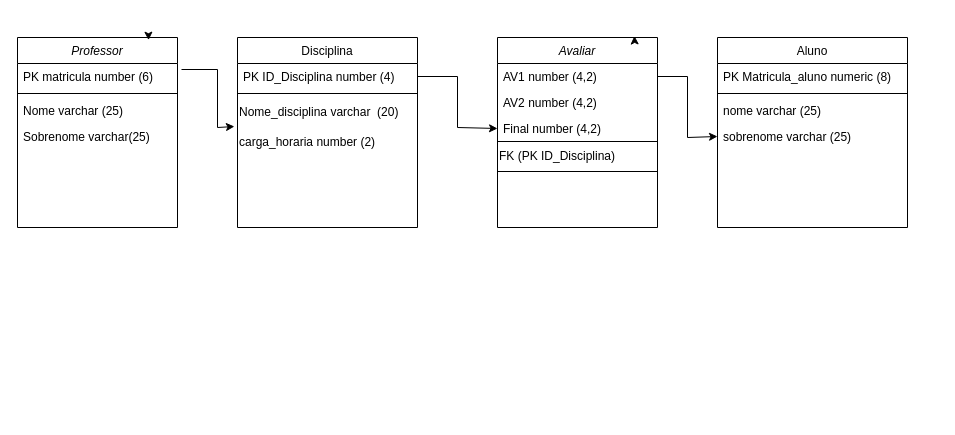
The draw.io diagram Diagrama sem nome.drawio in R4dars/AttDeDatabase, before the edit. Source tidied: cells renumbered, new cells numbered last; positions are measured from the earlier drawing's top-left corner, leaving out a move shared by most shapes. Both pictures are drawn from the tidied source at 100%, with x=0, y=0 at pixel (17, 37).
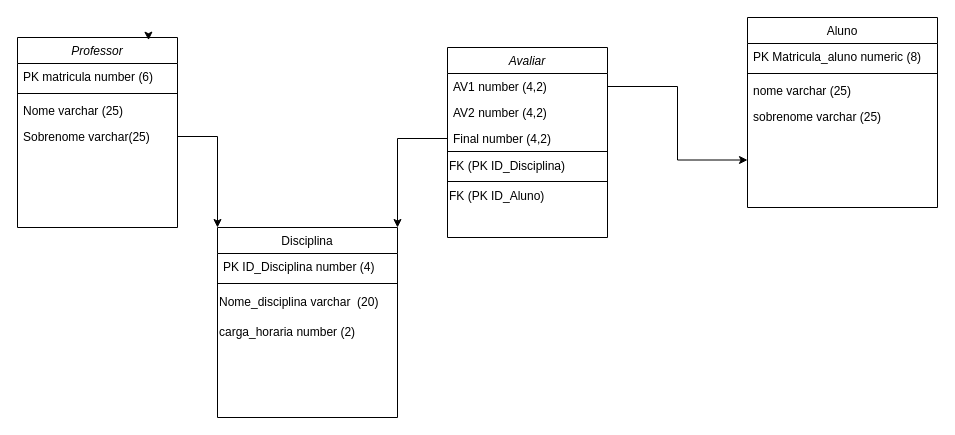
The same page after the edit.

The change refers to these unchanged cells:
```xml
<mxCell id="3" value="PK matricula number (6)" style="text;align=left;verticalAlign=top;spacingLeft=4;spacingRight=4;overflow=hidden;points=[[0,0.5],[1,0.5]];portConstraint=eastwest;" parent="2" vertex="1">
  <mxGeometry y="26" width="160" height="26" as="geometry" />
</mxCell>
<mxCell id="6" value="Sobrenome varchar(25)" style="text;align=left;verticalAlign=top;spacingLeft=4;spacingRight=4;overflow=hidden;points=[[0,0.5],[1,0.5]];portConstraint=eastwest;rounded=0;shadow=0;html=0;" parent="2" vertex="1">
  <mxGeometry y="86" width="160" height="26" as="geometry" />
</mxCell>
<mxCell id="11" value="sobrenome varchar (25)" style="text;align=left;verticalAlign=top;spacingLeft=4;spacingRight=4;overflow=hidden;points=[[0,0.5],[1,0.5]];portConstraint=eastwest;" parent="7" vertex="1">
  <mxGeometry y="86" width="190" height="26" as="geometry" />
</mxCell>
<mxCell id="13" value="PK ID_Disciplina number (4)" style="text;align=left;verticalAlign=top;spacingLeft=4;spacingRight=4;overflow=hidden;points=[[0,0.5],[1,0.5]];portConstraint=eastwest;" parent="12" vertex="1">
  <mxGeometry y="26" width="180" height="26" as="geometry" />
</mxCell>
<mxCell id="15" value="Nome_disciplina varchar&amp;nbsp; (20)" style="text;html=1;align=left;verticalAlign=middle;points=[];strokeColor=none;fillColor=none;" parent="12" vertex="1">
  <mxGeometry y="60" width="180" height="30" as="geometry" />
</mxCell>
<mxCell id="19" value="AV1 number (4,2)" style="text;align=left;verticalAlign=top;spacingLeft=4;spacingRight=4;overflow=hidden;points=[[0,0.5],[1,0.5]];portConstraint=eastwest;" parent="18" vertex="1">
  <mxGeometry y="26" width="160" height="26" as="geometry" />
</mxCell>
<mxCell id="21" value="Final number (4,2)" style="text;align=left;verticalAlign=top;spacingLeft=4;spacingRight=4;overflow=hidden;points=[[0,0.5],[1,0.5]];portConstraint=eastwest;rounded=0;shadow=0;html=0;" parent="18" vertex="1">
  <mxGeometry y="78" width="160" height="26" as="geometry" />
</mxCell>
```

What changed in the source:
```diff
@@
     <mxCell id="7" value="Aluno" style="swimlane;fontStyle=0;align=center;verticalAlign=top;horizontal=1;startSize=26;rounded=0;shadow=0;strokeWidth=1;" parent="1" vertex="1">
-      <mxGeometry x="700" width="190" height="190" as="geometry" />
+      <mxGeometry x="730" y="-20" width="190" height="190" as="geometry" />
     </mxCell>
@@
     <mxCell id="12" value="Disciplina" style="swimlane;fontStyle=0;align=center;verticalAlign=top;horizontal=1;startSize=26;rounded=0;shadow=0;strokeWidth=1;" parent="1" vertex="1">
-      <mxGeometry x="220" width="180" height="190" as="geometry" />
+      <mxGeometry x="200" y="190" width="180" height="190" as="geometry" />
     </mxCell>
@@
     <mxCell id="18" value="Avaliar" style="swimlane;fontStyle=2;align=center;verticalAlign=top;horizontal=1;startSize=26;rounded=0;shadow=0;strokeWidth=1;" parent="1" vertex="1">
-      <mxGeometry x="480" width="160" height="190" as="geometry" />
+      <mxGeometry x="430" y="10" width="160" height="190" as="geometry" />
     </mxCell>
@@
-    <mxCell id="23" style="endArrow=classic;html=1;rounded=0;exitX=1.025;exitY=0.231;exitDx=0;exitDy=0;exitPerimeter=0;entryX=-0.017;entryY=0.967;entryDx=0;entryDy=0;entryPerimeter=0;" parent="1" edge="1" source="3" target="15">
-      <mxGeometry relative="1" as="geometry">
-        <Array as="points">
-          <mxPoint x="200" y="32" />
-          <mxPoint x="200" y="90" />
-        </Array>
-      </mxGeometry>
-    </mxCell>
-    <mxCell id="24" style="edgeStyle=orthogonalEdgeStyle;rounded=0;orthogonalLoop=1;jettySize=auto;html=1;exitX=0.75;exitY=0;exitDx=0;exitDy=0;entryX=0.856;entryY=-0.008;entryDx=0;entryDy=0;entryPerimeter=0;" parent="1" edge="1" source="18" target="18">
-      <mxGeometry relative="1" as="geometry" />
-    </mxCell>
-    <mxCell id="25" style="endArrow=classic;html=1;rounded=0;exitX=1;exitY=0.5;exitDx=0;exitDy=0;entryX=0;entryY=0.5;entryDx=0;entryDy=0;" parent="1" edge="1" source="19" target="11">
-      <mxGeometry relative="1" as="geometry">
-        <Array as="points">
-          <mxPoint x="670" y="39" />
-          <mxPoint x="670" y="100" />
-        </Array>
-      </mxGeometry>
-    </mxCell>
-    <mxCell id="26" style="endArrow=classic;html=1;rounded=0;exitX=1;exitY=0.5;exitDx=0;exitDy=0;entryX=0;entryY=0.5;entryDx=0;entryDy=0;" parent="1" edge="1" source="13" target="21">
-      <mxGeometry relative="1" as="geometry">
-        <Array as="points">
-          <mxPoint x="440" y="39" />
-          <mxPoint x="440" y="90" />
-        </Array>
-      </mxGeometry>
-    </mxCell>
+    <mxCell id="27" value="FK (PK ID_Aluno)" style="text;html=1;align=left;verticalAlign=middle;strokeColor=none;fillColor=none;" parent="18" vertex="1">
+      <mxGeometry y="134" width="160" height="30" as="geometry" />
+    </mxCell>
+    <mxCell id="28" style="edgeStyle=orthogonalEdgeStyle;rounded=0;jettySize=auto;html=1;exitX=1;exitY=0.5;exitDx=0;exitDy=0;entryX=0;entryY=0.75;entryDx=0;entryDy=0;" parent="1" edge="1" source="19" target="7">
+      <mxGeometry relative="1" as="geometry" />
+    </mxCell>
+    <mxCell id="29" style="edgeStyle=orthogonalEdgeStyle;rounded=0;jettySize=auto;html=1;exitX=0;exitY=0.5;exitDx=0;exitDy=0;entryX=1;entryY=0;entryDx=0;entryDy=0;" parent="1" edge="1" source="21" target="12">
+      <mxGeometry relative="1" as="geometry" />
+    </mxCell>
+    <mxCell id="30" style="edgeStyle=orthogonalEdgeStyle;rounded=0;jettySize=auto;html=1;exitX=1;exitY=0.5;exitDx=0;exitDy=0;entryX=0;entryY=0;entryDx=0;entryDy=0;" parent="1" edge="1" source="6" target="12">
+      <mxGeometry relative="1" as="geometry" />
+    </mxCell>
```
